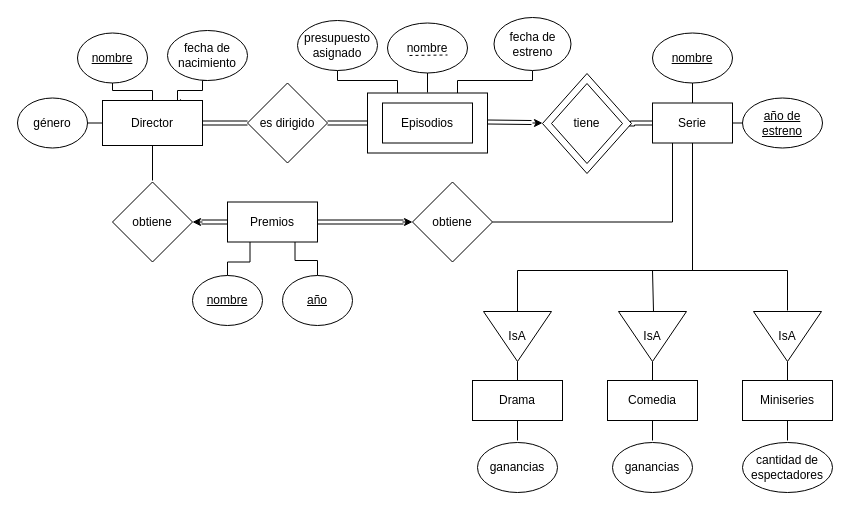
jcitog/BBDD keeps this draw.io diagram as P1.drawio. Above is the earlier version. Source tidied: cells renumbered, new cells numbered last; positions are measured from the earlier drawing's top-left corner, leaving out a move shared by most shapes. Both pictures are drawn from the tidied source at 100%, with x=0, y=0 at pixel (17, 17).
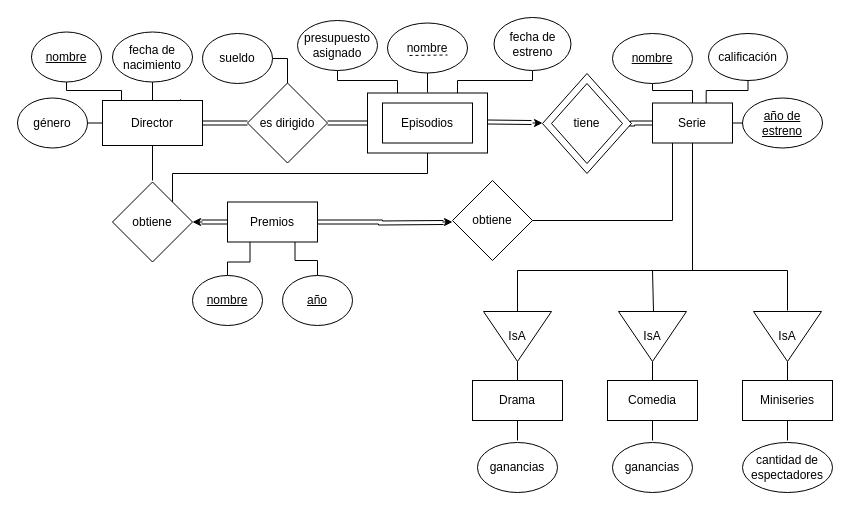
The same diagram, later.

The change refers to these unchanged cells:
```xml
<mxCell id="7" value="Serie" style="rounded=0;whiteSpace=wrap;html=1;" parent="1" vertex="1">
  <mxGeometry x="635" y="85.5" width="80" height="40" as="geometry" />
</mxCell>
<mxCell id="12" style="rounded=0;whiteSpace=wrap;html=1;" parent="1" vertex="1">
  <mxGeometry x="350" y="75.5" width="120" height="60" as="geometry" />
</mxCell>
<mxCell id="17" value="Director" style="rounded=0;whiteSpace=wrap;html=1;" parent="1" vertex="1">
  <mxGeometry x="85" y="83" width="100" height="45" as="geometry" />
</mxCell>
<mxCell id="20" value="es dirigido" style="rhombus;whiteSpace=wrap;html=1;" parent="1" vertex="1">
  <mxGeometry x="230" y="65.5" width="80" height="80" as="geometry" />
</mxCell>
<mxCell id="28" value="Premios" style="rounded=0;whiteSpace=wrap;html=1;" parent="1" vertex="1">
  <mxGeometry x="210" y="184.5" width="90" height="40" as="geometry" />
</mxCell>
<mxCell id="61" value="obtiene" style="rhombus;whiteSpace=wrap;html=1;" parent="1" vertex="1">
  <mxGeometry x="95" y="164.5" width="80" height="80" as="geometry" />
</mxCell>
```

What changed in the source:
```diff
@@
     <mxCell id="8" style="edgeStyle=orthogonalEdgeStyle;rounded=0;jettySize=auto;html=1;exitX=0.5;exitY=1;exitDx=0;exitDy=0;entryX=0.5;entryY=0;entryDx=0;entryDy=0;endArrow=none;endFill=0;" parent="1" edge="1" source="9" target="7">
-      <mxGeometry relative="1" as="geometry" />
+      <mxGeometry relative="1" as="geometry">
+        <Array as="points">
+          <mxPoint x="635" y="73" />
+          <mxPoint x="675" y="73" />
+        </Array>
+      </mxGeometry>
     </mxCell>
     <mxCell id="9" value="&lt;u&gt;nombre&lt;/u&gt;" style="ellipse;whiteSpace=wrap;html=1;" parent="1" vertex="1">
-      <mxGeometry x="635" y="15.5" width="80" height="50" as="geometry" />
+      <mxGeometry x="595" y="16" width="80" height="50" as="geometry" />
     </mxCell>
@@
+    <mxCell id="66" style="edgeStyle=orthogonalEdgeStyle;rounded=0;jettySize=auto;html=1;exitX=0.5;exitY=1;exitDx=0;exitDy=0;entryX=1;entryY=0;entryDx=0;entryDy=0;endArrow=none;endFill=0;" parent="1" edge="1" source="12" target="61">
+      <mxGeometry relative="1" as="geometry">
+        <Array as="points">
+          <mxPoint x="410" y="156" />
+          <mxPoint x="155" y="156" />
+        </Array>
+      </mxGeometry>
+    </mxCell>
@@
     <mxCell id="15" style="edgeStyle=orthogonalEdgeStyle;rounded=0;jettySize=auto;html=1;exitX=0.5;exitY=0;exitDx=0;exitDy=0;entryX=0.5;entryY=1;entryDx=0;entryDy=0;endArrow=none;endFill=0;" parent="1" edge="1" source="17" target="45">
       <mxGeometry relative="1" as="geometry">
         <Array as="points">
-          <mxPoint x="135" y="73" />
-          <mxPoint x="95" y="73" />
+          <mxPoint x="104" y="83" />
+          <mxPoint x="104" y="73" />
+          <mxPoint x="49" y="73" />
         </Array>
       </mxGeometry>
     </mxCell>
@@
+    <mxCell id="67" style="edgeStyle=orthogonalEdgeStyle;rounded=0;jettySize=auto;html=1;exitX=0.5;exitY=0;exitDx=0;exitDy=0;entryX=0.5;entryY=1;entryDx=0;entryDy=0;endArrow=none;endFill=0;" parent="1" edge="1" source="17" target="44">
+      <mxGeometry relative="1" as="geometry" />
+    </mxCell>
@@
+    <mxCell id="68" style="edgeStyle=orthogonalEdgeStyle;rounded=0;jettySize=auto;html=1;exitX=0.5;exitY=0;exitDx=0;exitDy=0;entryX=1;entryY=0.5;entryDx=0;entryDy=0;endArrow=none;endFill=0;" parent="1" edge="1" source="20" target="71">
+      <mxGeometry relative="1" as="geometry">
+        <Array as="points">
+          <mxPoint x="270" y="41" />
+        </Array>
+      </mxGeometry>
+    </mxCell>
@@
-    <mxCell id="24" style="edgeStyle=orthogonalEdgeStyle;shape=link;rounded=0;jettySize=auto;html=1;exitX=1;exitY=0.5;exitDx=0;exitDy=0;entryX=-0.112;entryY=0.5;entryDx=0;entryDy=0;entryPerimeter=0;endArrow=classic;endFill=1;" parent="1" edge="1" source="28" target="29">
-      <mxGeometry relative="1" as="geometry" />
+    <mxCell id="24" style="edgeStyle=orthogonalEdgeStyle;shape=link;rounded=0;jettySize=auto;html=1;exitX=1;exitY=0.5;exitDx=0;exitDy=0;endArrow=classic;endFill=1;" parent="1" edge="1" source="28">
+      <mxGeometry relative="1" as="geometry">
+        <mxPoint x="426" y="205" as="targetPoint" />
+      </mxGeometry>
     </mxCell>
@@
     <mxCell id="29" value="obtiene" style="rhombus;whiteSpace=wrap;html=1;" parent="1" vertex="1">
-      <mxGeometry x="395" y="164.5" width="80" height="80" as="geometry" />
+      <mxGeometry x="435" y="163" width="80" height="80" as="geometry" />
     </mxCell>
     <mxCell id="30" style="endArrow=classic;html=1;" parent="1" edge="1">
       <mxGeometry relative="1" as="geometry">
-        <mxPoint x="385" y="204.5" as="sourcePoint" />
-        <mxPoint x="395" y="204.5" as="targetPoint" />
+        <mxPoint x="425" y="204.5" as="sourcePoint" />
+        <mxPoint x="435" y="204.5" as="targetPoint" />
       </mxGeometry>
     </mxCell>
@@
-    <mxCell id="43" style="edgeStyle=orthogonalEdgeStyle;rounded=0;jettySize=auto;html=1;exitX=0.5;exitY=1;exitDx=0;exitDy=0;entryX=0.75;entryY=0;entryDx=0;entryDy=0;endArrow=none;endFill=0;" parent="1" edge="1" source="44" target="17">
-      <mxGeometry relative="1" as="geometry">
-        <Array as="points">
-          <mxPoint x="185" y="73" />
-          <mxPoint x="160" y="73" />
-        </Array>
-      </mxGeometry>
-    </mxCell>
     <mxCell id="44" value="fecha de nacimiento" style="ellipse;whiteSpace=wrap;html=1;" parent="1" vertex="1">
-      <mxGeometry x="150" y="13" width="80" height="50" as="geometry" />
+      <mxGeometry x="95" y="14.5" width="80" height="50" as="geometry" />
     </mxCell>
     <mxCell id="45" value="&lt;u&gt;nombre&lt;/u&gt;" style="ellipse;whiteSpace=wrap;html=1;" parent="1" vertex="1">
-      <mxGeometry x="60" y="15.5" width="70" height="50" as="geometry" />
+      <mxGeometry x="14" y="14.5" width="70" height="50" as="geometry" />
     </mxCell>
@@
+    <mxCell id="69" style="edgeStyle=orthogonalEdgeStyle;rounded=0;jettySize=auto;html=1;exitX=0.5;exitY=1;exitDx=0;exitDy=0;entryX=0.671;entryY=0.004;entryDx=0;entryDy=0;entryPerimeter=0;endArrow=none;endFill=0;" parent="1" edge="1" source="70" target="7">
+      <mxGeometry relative="1" as="geometry">
+        <Array as="points">
+          <mxPoint x="731" y="73" />
+          <mxPoint x="689" y="73" />
+        </Array>
+      </mxGeometry>
+    </mxCell>
+    <mxCell id="70" value="calificación" style="ellipse;whiteSpace=wrap;html=1;" parent="1" vertex="1">
+      <mxGeometry x="691" y="16" width="79" height="47" as="geometry" />
+    </mxCell>
+    <mxCell id="71" value="sueldo" style="ellipse;whiteSpace=wrap;html=1;" parent="1" vertex="1">
+      <mxGeometry x="185" y="16" width="70" height="50" as="geometry" />
+    </mxCell>
```
